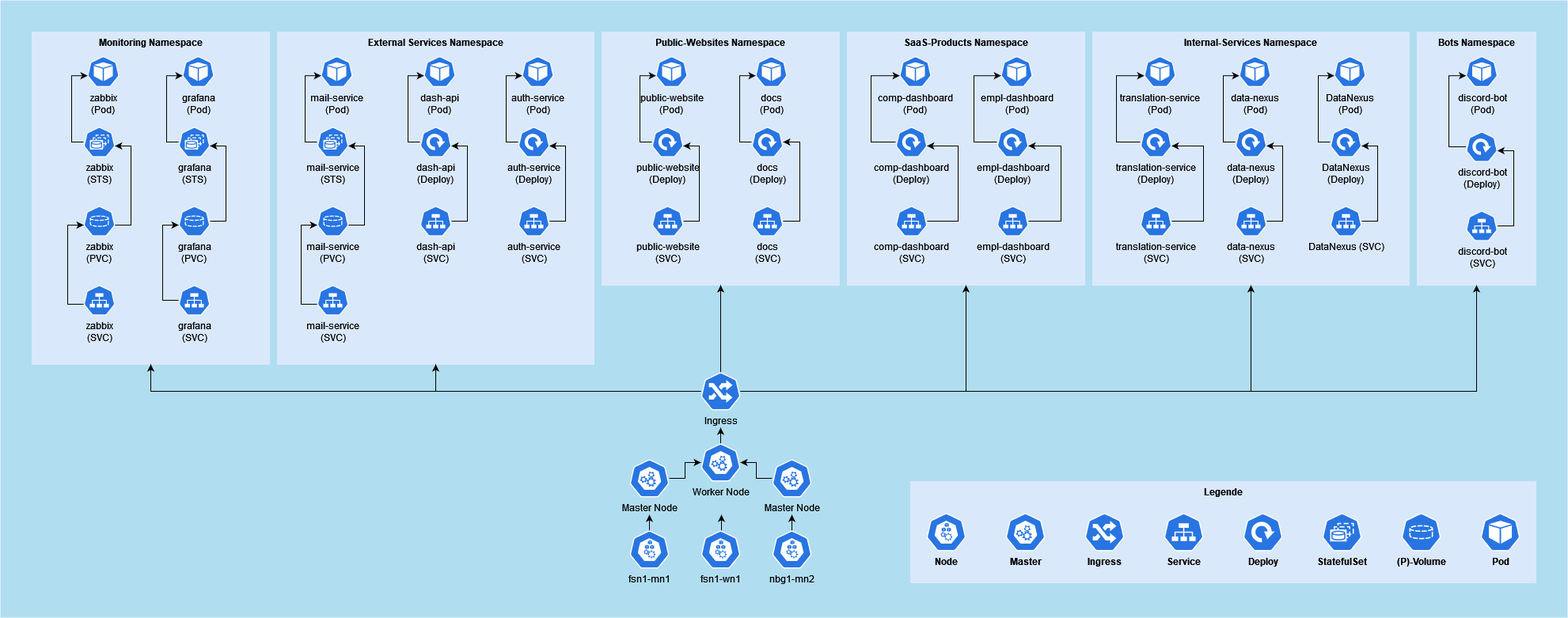
nicokempe/test keeps this draw.io diagram as software-map.drawio.png. Above is the earlier version. Source tidied: cells renumbered, new cells last; positions are measured from the earlier drawing's top-left corner, leaving out a move shared by most shapes.
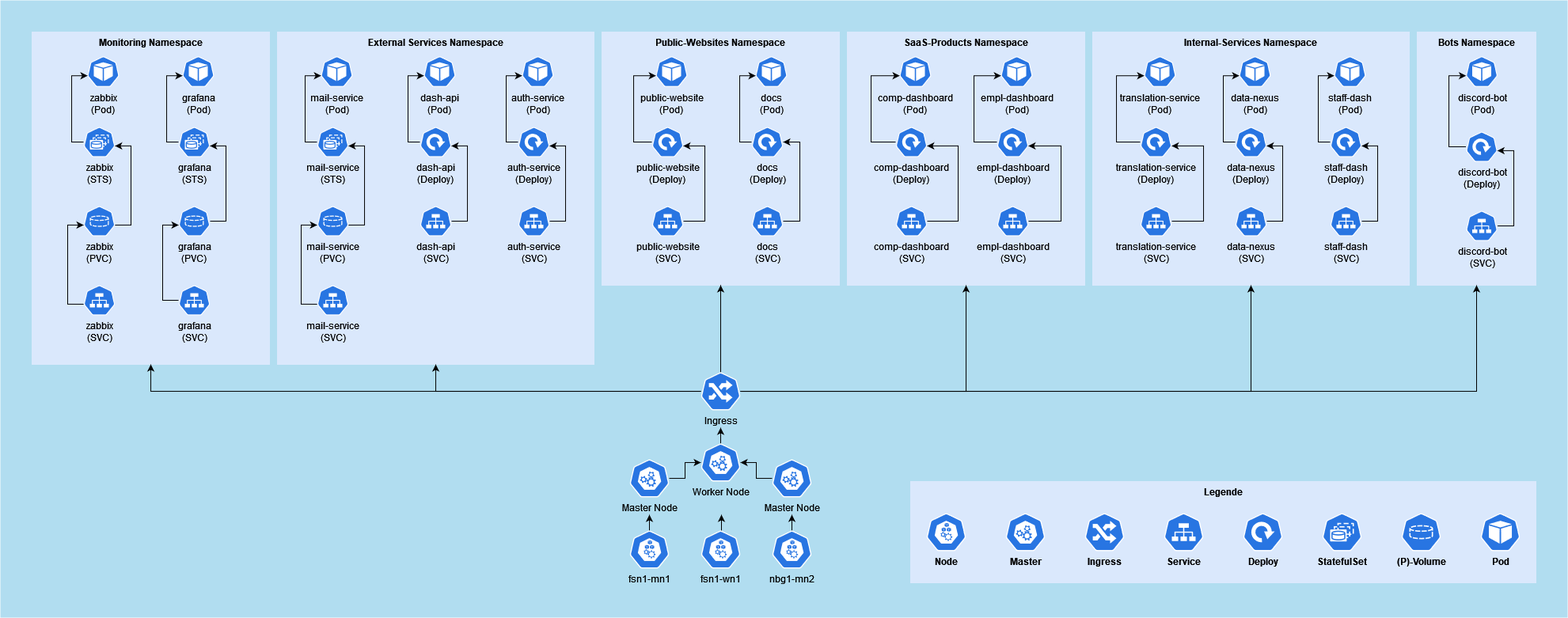
The same diagram one commit later.

What changed in the source:
```diff
@@ -173,8 +173,8 @@
     <mxCell id="46" style="edgeStyle=orthogonalEdgeStyle;rounded=0;jettySize=auto;html=1;entryX=0.995;entryY=0.63;entryDx=0;entryDy=0;entryPerimeter=0;" parent="1" edge="1" source="47" target="61">
       <mxGeometry relative="1" as="geometry">
         <Array as="points">
-          <mxPoint x="883" y="279" />
-          <mxPoint x="883" y="184" />
+          <mxPoint x="890" y="279" />
+          <mxPoint x="890" y="184" />
         </Array>
       </mxGeometry>
     </mxCell>
@@ -245,8 +245,8 @@
     <mxCell id="60" style="edgeStyle=orthogonalEdgeStyle;rounded=0;jettySize=auto;html=1;entryX=0.005;entryY=0.63;entryDx=0;entryDy=0;entryPerimeter=0;" parent="1" edge="1" source="61" target="44">
       <mxGeometry relative="1" as="geometry">
         <Array as="points">
-          <mxPoint x="808" y="179" />
-          <mxPoint x="808" y="95" />
+          <mxPoint x="800" y="179" />
+          <mxPoint x="800" y="95" />
         </Array>
       </mxGeometry>
     </mxCell>
@@ -386,10 +386,10 @@
         </Array>
       </mxGeometry>
     </mxCell>
-    <mxCell id="88" value="DataNexus (SVC)" style="sketch=0;html=1;dashed=0;whitespace=wrap;fillColor=#2875E2;strokeColor=#ffffff;points=[[0.005,0.63,0],[0.1,0.2,0],[0.9,0.2,0],[0.5,0,0],[0.995,0.63,0],[0.72,0.99,0],[0.5,1,0],[0.28,0.99,0]];verticalLabelPosition=bottom;align=center;verticalAlign=top;shape=mxgraph.kubernetes.icon;prIcon=svc;" parent="1" vertex="1">
+    <mxCell id="88" value="&lt;div&gt;staff-dash&lt;/div&gt;&lt;div&gt;(SVC)&lt;/div&gt;" style="sketch=0;html=1;dashed=0;whitespace=wrap;fillColor=#2875E2;strokeColor=#ffffff;points=[[0.005,0.63,0],[0.1,0.2,0],[0.9,0.2,0],[0.5,0,0],[0.995,0.63,0],[0.72,0.99,0],[0.5,1,0],[0.28,0.99,0]];verticalLabelPosition=bottom;align=center;verticalAlign=top;shape=mxgraph.kubernetes.icon;prIcon=svc;" parent="1" vertex="1">
       <mxGeometry x="1680" y="260" width="40" height="38" as="geometry" />
     </mxCell>
-    <mxCell id="89" value="&lt;div&gt;DataNexus&lt;/div&gt;&lt;div&gt;(Pod)&lt;/div&gt;" style="sketch=0;html=1;dashed=0;whitespace=wrap;fillColor=#2875E2;strokeColor=#ffffff;points=[[0.005,0.63,0],[0.1,0.2,0],[0.9,0.2,0],[0.5,0,0],[0.995,0.63,0],[0.72,0.99,0],[0.5,1,0],[0.28,0.99,0]];verticalLabelPosition=bottom;align=center;verticalAlign=top;shape=mxgraph.kubernetes.icon;prIcon=pod;" parent="1" vertex="1">
+    <mxCell id="89" value="&lt;div&gt;staff-dash&lt;/div&gt;&lt;div&gt;(Pod)&lt;/div&gt;" style="sketch=0;html=1;dashed=0;whitespace=wrap;fillColor=#2875E2;strokeColor=#ffffff;points=[[0.005,0.63,0],[0.1,0.2,0],[0.9,0.2,0],[0.5,0,0],[0.995,0.63,0],[0.72,0.99,0],[0.5,1,0],[0.28,0.99,0]];verticalLabelPosition=bottom;align=center;verticalAlign=top;shape=mxgraph.kubernetes.icon;prIcon=pod;" parent="1" vertex="1">
       <mxGeometry x="1685" y="70" width="40" height="40" as="geometry" />
     </mxCell>
     <mxCell id="90" style="edgeStyle=orthogonalEdgeStyle;rounded=0;jettySize=auto;html=1;entryX=0.005;entryY=0.63;entryDx=0;entryDy=0;entryPerimeter=0;" parent="1" edge="1" source="91" target="89">
@@ -400,7 +400,7 @@
         </Array>
       </mxGeometry>
     </mxCell>
-    <mxCell id="91" value="&lt;div&gt;DataNexus&lt;/div&gt;&lt;div&gt;(Deploy)&lt;br&gt;&lt;/div&gt;" style="sketch=0;html=1;dashed=0;whitespace=wrap;fillColor=#2875E2;strokeColor=#ffffff;points=[[0.005,0.63,0],[0.1,0.2,0],[0.9,0.2,0],[0.5,0,0],[0.995,0.63,0],[0.72,0.99,0],[0.5,1,0],[0.28,0.99,0]];verticalLabelPosition=bottom;align=center;verticalAlign=top;shape=mxgraph.kubernetes.icon;prIcon=deploy;" parent="1" vertex="1">
+    <mxCell id="91" value="&lt;div&gt;staff-dash&lt;/div&gt;&lt;div&gt;(Deploy)&lt;br&gt;&lt;/div&gt;" style="sketch=0;html=1;dashed=0;whitespace=wrap;fillColor=#2875E2;strokeColor=#ffffff;points=[[0.005,0.63,0],[0.1,0.2,0],[0.9,0.2,0],[0.5,0,0],[0.995,0.63,0],[0.72,0.99,0],[0.5,1,0],[0.28,0.99,0]];verticalLabelPosition=bottom;align=center;verticalAlign=top;shape=mxgraph.kubernetes.icon;prIcon=deploy;" parent="1" vertex="1">
       <mxGeometry x="1680" y="160" width="40" height="38" as="geometry" />
     </mxCell>
     <mxCell id="92" style="edgeStyle=orthogonalEdgeStyle;rounded=0;jettySize=auto;html=1;exitX=0.005;exitY=0.63;exitDx=0;exitDy=0;exitPerimeter=0;entryX=0.005;entryY=0.63;entryDx=0;entryDy=0;entryPerimeter=0;" parent="1" edge="1" source="93" target="98">
```
